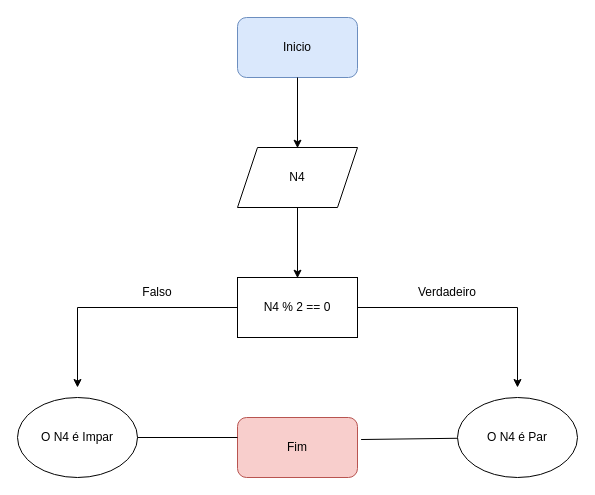
Above: page "Página-3" (3 of 4) of ADO01 PI .drawio in Balduscojv/ADO-PI (draw.io), before the change. Source tidied: cells renumbered, new cells numbered last; positions are measured from the earlier drawing's top-left corner, leaving out a move shared by most shapes. Both pictures are drawn from the tidied source at 100%, with x=0, y=0 at pixel (17, 17).
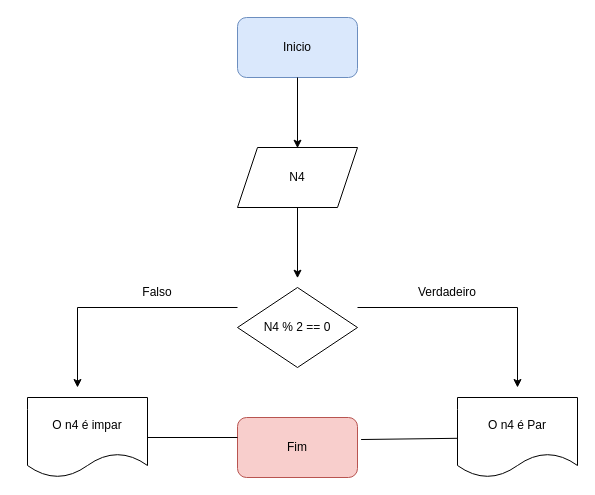
The same diagram, later.

Unchanged cells that the change refers to:
```xml
<mxCell id="13" value="Fim" style="rounded=1;whiteSpace=wrap;html=1;fillColor=#f8cecc;strokeColor=#b85450;" parent="1" vertex="1">
  <mxGeometry x="220" y="400" width="120" height="60" as="geometry" />
</mxCell>
```

Diff of the diagram source:
```diff
@@
-    <mxCell id="6" value="N4 % 2 == 0" style="rounded=0;whiteSpace=wrap;html=1;" parent="1" vertex="1">
-      <mxGeometry x="220" y="260" width="120" height="60" as="geometry" />
-    </mxCell>
-    <mxCell id="7" style="endArrow=classic;html=1;rounded=0;" parent="1" edge="1" source="6">
+    <mxCell id="7" style="endArrow=classic;html=1;rounded=0;" parent="1" edge="1">
       <mxGeometry relative="1" as="geometry">
+        <mxPoint x="220" y="290" as="sourcePoint" />
         <mxPoint x="60" y="370" as="targetPoint" />
         <Array as="points">
           <mxPoint x="60" y="290" />
         </Array>
       </mxGeometry>
     </mxCell>
@@
-    <mxCell id="9" value="O N4 é Impar" style="ellipse;whiteSpace=wrap;html=1;" parent="1" vertex="1">
-      <mxGeometry y="380" width="120" height="80" as="geometry" />
-    </mxCell>
-    <mxCell id="10" style="endArrow=classic;html=1;rounded=0;" parent="1" edge="1" source="6">
+    <mxCell id="10" style="endArrow=classic;html=1;rounded=0;" parent="1" edge="1">
       <mxGeometry relative="1" as="geometry">
+        <mxPoint x="340" y="290" as="sourcePoint" />
         <mxPoint x="500" y="370" as="targetPoint" />
         <Array as="points">
           <mxPoint x="500" y="290" />
         </Array>
       </mxGeometry>
     </mxCell>
-    <mxCell id="11" value="O N4 é Par" style="ellipse;whiteSpace=wrap;html=1;" parent="1" vertex="1">
-      <mxGeometry x="440" y="380" width="120" height="80" as="geometry" />
-    </mxCell>
@@
-    <mxCell id="14" style="endArrow=none;html=1;rounded=0;" parent="1" edge="1" source="9">
+    <mxCell id="14" style="endArrow=none;html=1;rounded=0;" parent="1" edge="1">
       <mxGeometry relative="1" as="geometry">
+        <mxPoint x="120" y="420" as="sourcePoint" />
         <mxPoint x="220" y="420" as="targetPoint" />
       </mxGeometry>
     </mxCell>
-    <mxCell id="15" style="endArrow=none;html=1;rounded=0;entryX=1.03;entryY=0.367;entryDx=0;entryDy=0;entryPerimeter=0;" parent="1" edge="1" source="11" target="13">
-      <mxGeometry relative="1" as="geometry" />
+    <mxCell id="15" style="endArrow=none;html=1;rounded=0;entryX=1.03;entryY=0.367;entryDx=0;entryDy=0;entryPerimeter=0;" parent="1" edge="1" target="13">
+      <mxGeometry relative="1" as="geometry">
+        <mxPoint x="440" y="420.8" as="sourcePoint" />
+      </mxGeometry>
     </mxCell>
+    <mxCell id="6" value="N4 % 2 == 0" style="rhombus;whiteSpace=wrap;html=1;" parent="1" vertex="1">
+      <mxGeometry x="220" y="270" width="120" height="80" as="geometry" />
+    </mxCell>
+    <mxCell id="16" value="O n4 é impar" style="shape=document;whiteSpace=wrap;html=1;boundedLbl=1;" parent="1" vertex="1">
+      <mxGeometry x="10" y="380" width="120" height="80" as="geometry" />
+    </mxCell>
+    <mxCell id="17" value="O n4 é Par" style="shape=document;whiteSpace=wrap;html=1;boundedLbl=1;" parent="1" vertex="1">
+      <mxGeometry x="440" y="380" width="120" height="80" as="geometry" />
+    </mxCell>
```
